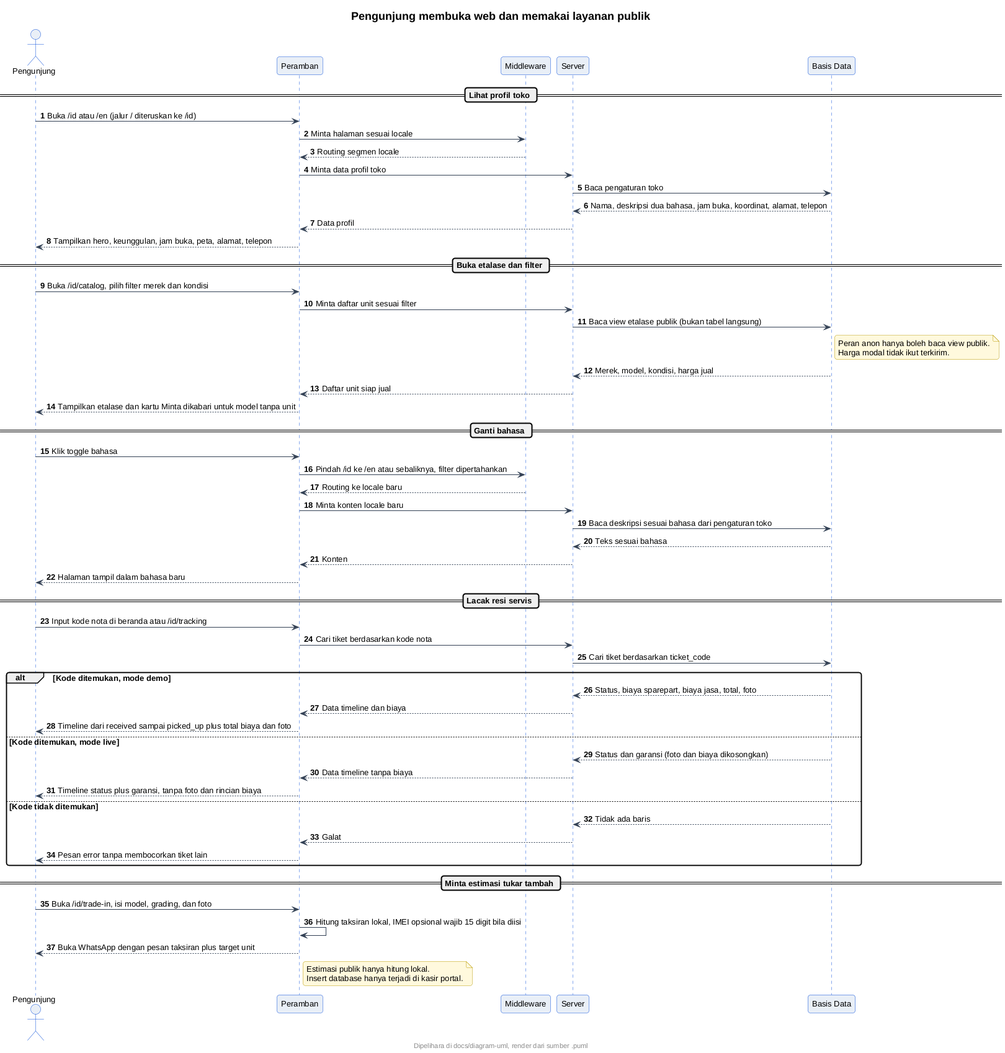
Before: docs/diagram-uml/pengunjung/sequence-pengunjung.png, a diagram exported from PlantUML (neiaki/KP).
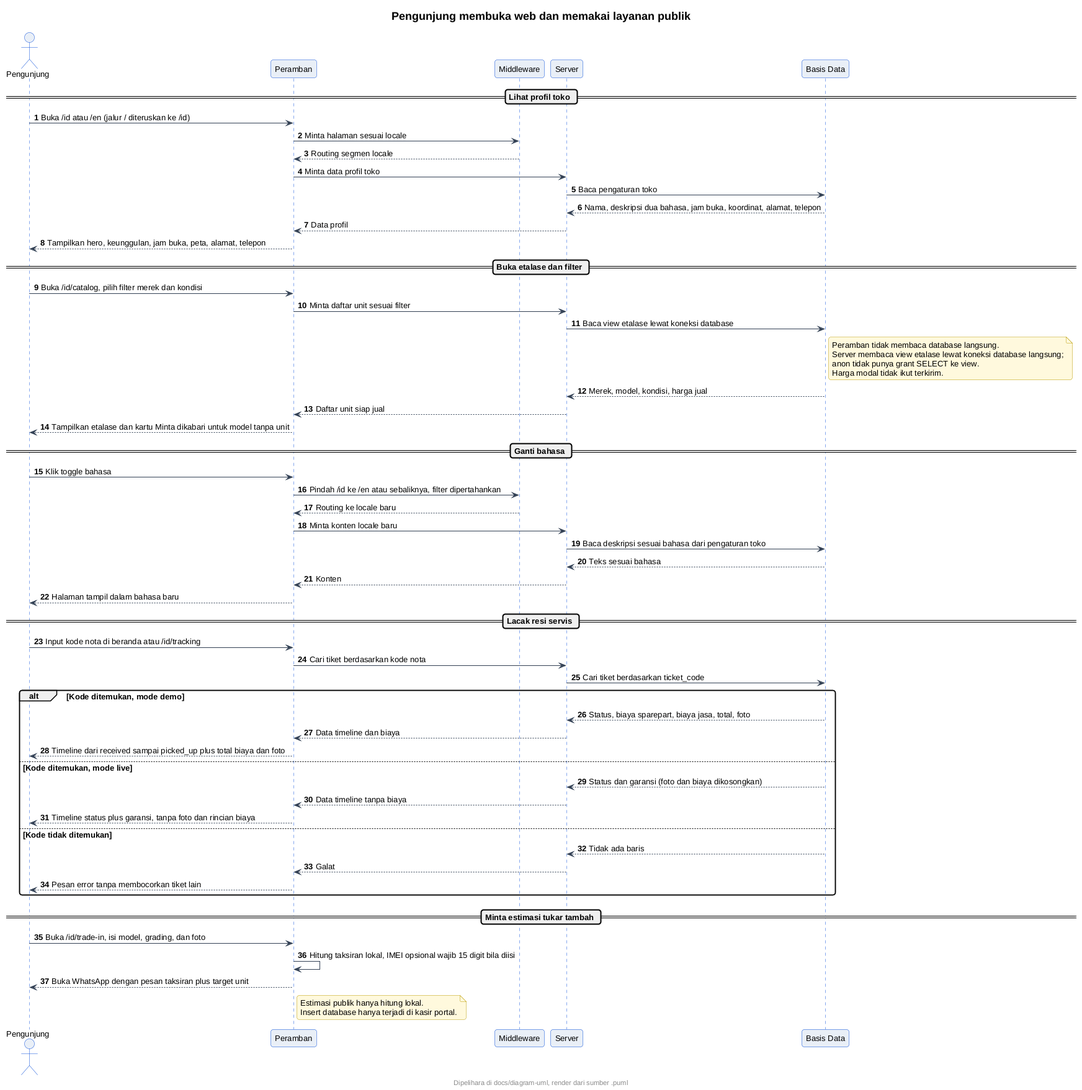
The same diagram one commit later.

The edit, as a diff of the source:
```diff
@@ -61,9 +61,11 @@
 == Buka etalase dan filter ==
 P -> UI : Buka /id/catalog, pilih filter merek dan kondisi
 UI -> SV : Minta daftar unit sesuai filter
-SV -> DB : Baca view etalase publik (bukan tabel langsung)
+SV -> DB : Baca view etalase lewat koneksi database
 note right of DB
-  Peran anon hanya boleh baca view publik.
+  Peramban tidak membaca database langsung.
+  Server membaca view etalase lewat koneksi database langsung;
+  anon tidak punya grant SELECT ke view.
   Harga modal tidak ikut terkirim.
 end note
 DB --> SV : Merek, model, kondisi, harga jual
```
